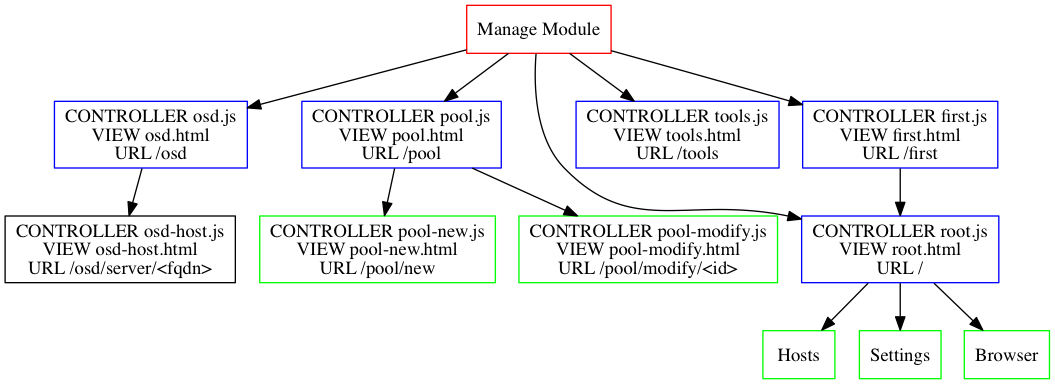
This is manage/documentation/routes.png from ceph/calamari-clients, a Graphviz export, as it was before one commit. Its source is kept beside it as manage/documentation/routes.dot.
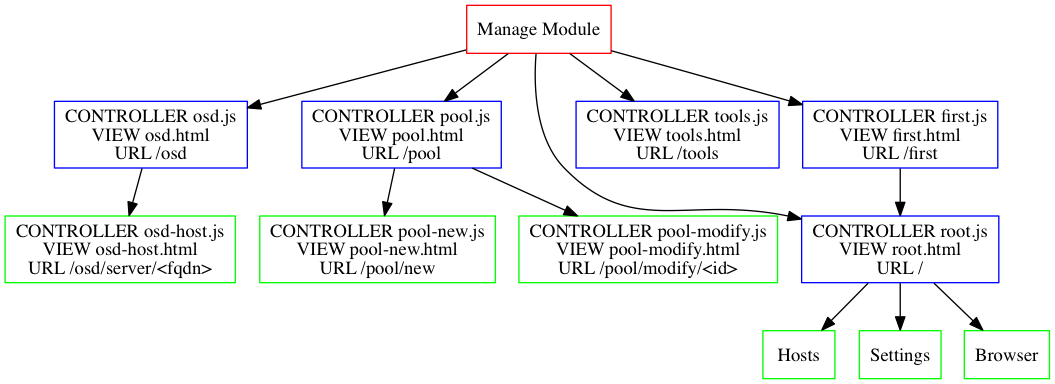
The same diagram one commit later.

Commit message:
Fix color problem and add makefile

What changed in the source:
```diff
@@ -16,7 +16,7 @@
     manage [shape=polygon,color="red",sides=4,label="Manage Module"];
     root [shape=polygon,color="blue",sides=4,label="CONTROLLER root.js\nVIEW root.html\nURL /"];
     osd [shape=polygon,color="blue", sides=4,label="CONTROLLER osd.js\nVIEW osd.html\nURL /osd"];
-    osdHosts [shape=polygon, sides=4,label="CONTROLLER osd-host.js\nVIEW osd-host.html\nURL /osd/server/<fqdn>"];
+    osdHosts [shape=polygon,color="green"sides=4,label="CONTROLLER osd-host.js\nVIEW osd-host.html\nURL /osd/server/<fqdn>"];
     first [shape=polygon,color="blue",sides=4,label="CONTROLLER first.js\nVIEW first.html\nURL /first"];
 
 	pool [shape=polygon,color="blue", sides=4,label="CONTROLLER pool.js\nVIEW pool.html\nURL /pool"];
```
